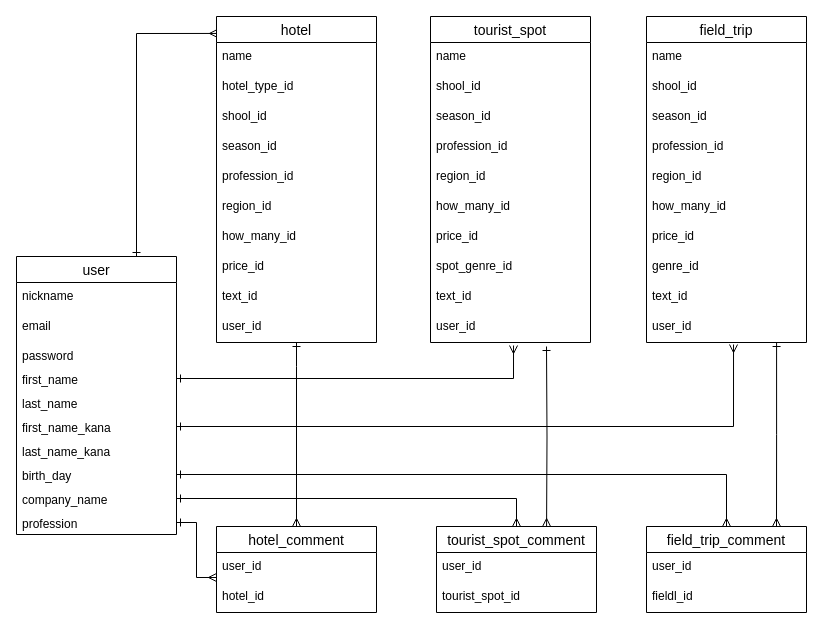
kimino98/gakutabi keeps this draw.io diagram as gakutabi.dio. Above is the earlier version. Source tidied: cells renumbered, new cells numbered last; positions are measured from the earlier drawing's top-left corner, leaving out a move shared by most shapes. Both pictures are drawn from the tidied source at 100%, with x=0, y=0 at pixel (16, 16).
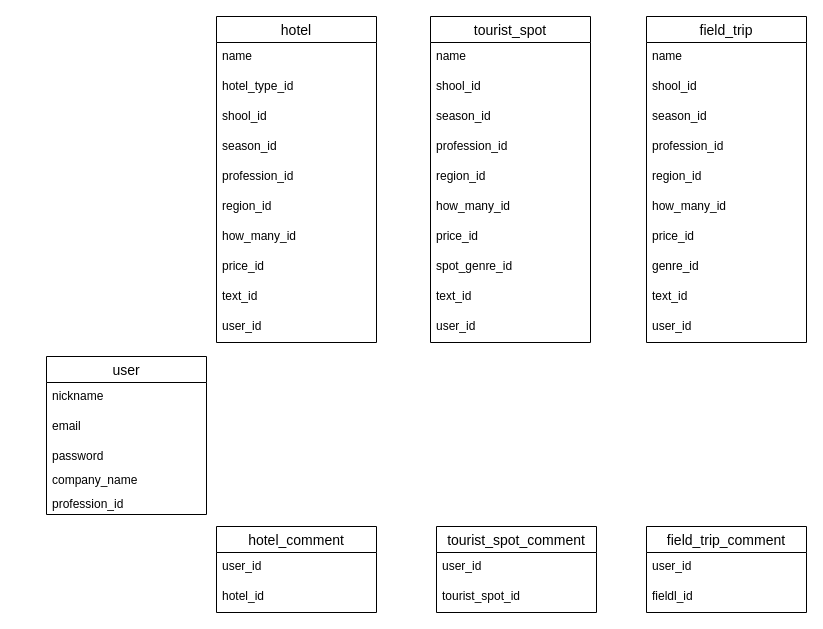
The same page after the edit.

Unchanged cells that the change refers to:
```xml
<mxCell id="14" value="hotel" style="swimlane;fontStyle=0;horizontal=1;startSize=26;align=center;fontSize=14;" parent="1" vertex="1">
  <mxGeometry x="200" width="160" height="326" as="geometry" />
</mxCell>
<mxCell id="24" value="user_id" style="text;strokeColor=none;fillColor=none;spacingLeft=4;spacingRight=4;overflow=hidden;points=[[0,0.5],[1,0.5]];portConstraint=eastwest;fontSize=12;" parent="14" vertex="1">
  <mxGeometry y="296" width="160" height="30" as="geometry" />
</mxCell>
<mxCell id="35" value="user_id" style="text;strokeColor=none;fillColor=none;spacingLeft=4;spacingRight=4;overflow=hidden;points=[[0,0.5],[1,0.5]];portConstraint=eastwest;fontSize=12;" parent="25" vertex="1">
  <mxGeometry y="296" width="160" height="30" as="geometry" />
</mxCell>
<mxCell id="46" value="user_id" style="text;strokeColor=none;fillColor=none;spacingLeft=4;spacingRight=4;overflow=hidden;points=[[0,0.5],[1,0.5]];portConstraint=eastwest;fontSize=12;" parent="36" vertex="1">
  <mxGeometry y="296" width="160" height="30" as="geometry" />
</mxCell>
<mxCell id="47" value="hotel_comment" style="swimlane;fontStyle=0;horizontal=1;startSize=26;align=center;fontSize=14;" parent="1" vertex="1">
  <mxGeometry x="200" y="510" width="160" height="86" as="geometry" />
</mxCell>
<mxCell id="48" value="user_id" style="text;strokeColor=none;fillColor=none;spacingLeft=4;spacingRight=4;overflow=hidden;points=[[0,0.5],[1,0.5]];portConstraint=eastwest;fontSize=12;" parent="47" vertex="1">
  <mxGeometry y="26" width="160" height="30" as="geometry" />
</mxCell>
<mxCell id="50" value="tourist_spot_comment" style="swimlane;fontStyle=0;horizontal=1;startSize=26;align=center;fontSize=14;" parent="1" vertex="1">
  <mxGeometry x="420" y="510" width="160" height="86" as="geometry" />
</mxCell>
<mxCell id="53" value="field_trip_comment" style="swimlane;fontStyle=0;horizontal=1;startSize=26;align=center;fontSize=14;" parent="1" vertex="1">
  <mxGeometry x="630" y="510" width="160" height="86" as="geometry" />
</mxCell>
```

Diff of the diagram source:
```diff
@@
-    <mxCell id="2" style="edgeStyle=orthogonalEdgeStyle;rounded=0;jettySize=auto;html=1;exitX=0.75;exitY=0;exitDx=0;exitDy=0;entryX=0.006;entryY=0.052;entryDx=0;entryDy=0;entryPerimeter=0;endArrow=ERmany;endFill=0;startArrow=ERone;startFill=0;" parent="1" edge="1" source="3" target="14">
-      <mxGeometry relative="1" as="geometry" />
-    </mxCell>
     <mxCell id="3" value="user" style="swimlane;fontStyle=0;horizontal=1;startSize=26;align=center;fontSize=14;verticalAlign=middle;" parent="1" vertex="1">
-      <mxGeometry y="240" width="160" height="278" as="geometry" />
+      <mxGeometry x="30" y="340" width="160" height="158" as="geometry" />
     </mxCell>
@@
-    <mxCell id="7" value="first_name" style="text;strokeColor=none;fillColor=none;spacingLeft=4;spacingRight=4;overflow=hidden;points=[[0,0.5],[1,0.5]];portConstraint=eastwest;fontSize=12;" parent="3" vertex="1">
-      <mxGeometry y="110" width="160" height="24" as="geometry" />
-    </mxCell>
-    <mxCell id="8" value="last_name" style="text;strokeColor=none;fillColor=none;spacingLeft=4;spacingRight=4;overflow=hidden;fontSize=12;" parent="3" vertex="1">
-      <mxGeometry y="134" width="160" height="24" as="geometry" />
-    </mxCell>
-    <mxCell id="9" value="first_name_kana" style="text;strokeColor=none;fillColor=none;spacingLeft=4;spacingRight=4;overflow=hidden;points=[[0,0.5],[1,0.5]];portConstraint=eastwest;fontSize=12;" parent="3" vertex="1">
-      <mxGeometry y="158" width="160" height="24" as="geometry" />
-    </mxCell>
-    <mxCell id="10" value="last_name_kana" style="text;strokeColor=none;fillColor=none;spacingLeft=4;spacingRight=4;overflow=hidden;fontSize=12;" parent="3" vertex="1">
-      <mxGeometry y="182" width="160" height="24" as="geometry" />
-    </mxCell>
-    <mxCell id="11" value="birth_day" style="text;strokeColor=none;fillColor=none;spacingLeft=4;spacingRight=4;overflow=hidden;points=[[0,0.5],[1,0.5]];portConstraint=eastwest;fontSize=12;" parent="3" vertex="1">
-      <mxGeometry y="206" width="160" height="24" as="geometry" />
-    </mxCell>
     <mxCell id="12" value="company_name" style="text;strokeColor=none;fillColor=none;spacingLeft=4;spacingRight=4;overflow=hidden;points=[[0,0.5],[1,0.5]];portConstraint=eastwest;fontSize=12;" parent="3" vertex="1">
-      <mxGeometry y="230" width="160" height="24" as="geometry" />
+      <mxGeometry y="110" width="160" height="24" as="geometry" />
     </mxCell>
-    <mxCell id="13" value="profession" style="text;strokeColor=none;fillColor=none;spacingLeft=4;spacingRight=4;overflow=hidden;points=[[0,0.5],[1,0.5]];portConstraint=eastwest;fontSize=12;" parent="3" vertex="1">
-      <mxGeometry y="254" width="160" height="24" as="geometry" />
+    <mxCell id="13" value="profession_id" style="text;strokeColor=none;fillColor=none;spacingLeft=4;spacingRight=4;overflow=hidden;points=[[0,0.5],[1,0.5]];portConstraint=eastwest;fontSize=12;" parent="3" vertex="1">
+      <mxGeometry y="134" width="160" height="24" as="geometry" />
     </mxCell>
@@
-    <mxCell id="56" style="edgeStyle=orthogonalEdgeStyle;rounded=0;jettySize=auto;html=1;exitX=1;exitY=0.5;exitDx=0;exitDy=0;entryX=0.519;entryY=1.1;entryDx=0;entryDy=0;entryPerimeter=0;startArrow=ERone;startFill=0;endArrow=ERmany;endFill=0;" parent="1" edge="1" source="7" target="35">
-      <mxGeometry relative="1" as="geometry">
-        <Array as="points">
-          <mxPoint x="497" y="362" />
-        </Array>
-      </mxGeometry>
-    </mxCell>
-    <mxCell id="57" style="edgeStyle=orthogonalEdgeStyle;rounded=0;jettySize=auto;html=1;exitX=1;exitY=0.5;exitDx=0;exitDy=0;entryX=0.544;entryY=1.067;entryDx=0;entryDy=0;entryPerimeter=0;startArrow=ERone;startFill=0;endArrow=ERmany;endFill=0;" parent="1" edge="1" source="9" target="46">
-      <mxGeometry relative="1" as="geometry">
-        <Array as="points">
-          <mxPoint x="717" y="410" />
-        </Array>
-      </mxGeometry>
-    </mxCell>
-    <mxCell id="58" style="edgeStyle=orthogonalEdgeStyle;rounded=0;jettySize=auto;html=1;exitX=1;exitY=0.5;exitDx=0;exitDy=0;entryX=0;entryY=0.833;entryDx=0;entryDy=0;entryPerimeter=0;startArrow=ERone;startFill=0;endArrow=ERmany;endFill=0;" parent="1" edge="1" source="13" target="48">
-      <mxGeometry relative="1" as="geometry" />
-    </mxCell>
-    <mxCell id="59" style="edgeStyle=orthogonalEdgeStyle;rounded=0;jettySize=auto;html=1;entryX=0.5;entryY=0;entryDx=0;entryDy=0;startArrow=ERone;startFill=0;endArrow=ERmany;endFill=0;" parent="1" edge="1" source="24" target="47">
-      <mxGeometry relative="1" as="geometry">
-        <Array as="points">
-          <mxPoint x="280" y="350" />
-          <mxPoint x="280" y="350" />
-        </Array>
-      </mxGeometry>
-    </mxCell>
-    <mxCell id="60" style="edgeStyle=orthogonalEdgeStyle;rounded=0;jettySize=auto;html=1;startArrow=ERone;startFill=0;endArrow=ERmany;endFill=0;entryX=0.688;entryY=0;entryDx=0;entryDy=0;entryPerimeter=0;" parent="1" edge="1" target="50">
-      <mxGeometry relative="1" as="geometry">
-        <mxPoint x="530" y="330" as="sourcePoint" />
-      </mxGeometry>
-    </mxCell>
-    <mxCell id="61" style="edgeStyle=orthogonalEdgeStyle;rounded=0;jettySize=auto;html=1;exitX=1;exitY=0.5;exitDx=0;exitDy=0;startArrow=ERone;startFill=0;endArrow=ERmany;endFill=0;" parent="1" edge="1" source="12" target="50">
-      <mxGeometry relative="1" as="geometry" />
-    </mxCell>
-    <mxCell id="62" style="edgeStyle=orthogonalEdgeStyle;rounded=0;jettySize=auto;html=1;exitX=1;exitY=0.5;exitDx=0;exitDy=0;entryX=0.5;entryY=0;entryDx=0;entryDy=0;startArrow=ERone;startFill=0;endArrow=ERmany;endFill=0;" parent="1" edge="1" source="11" target="53">
-      <mxGeometry relative="1" as="geometry" />
-    </mxCell>
-    <mxCell id="63" style="edgeStyle=orthogonalEdgeStyle;rounded=0;jettySize=auto;html=1;startArrow=ERone;startFill=0;endArrow=ERmany;endFill=0;exitX=0.813;exitY=1;exitDx=0;exitDy=0;exitPerimeter=0;" parent="1" edge="1" source="46">
-      <mxGeometry relative="1" as="geometry">
-        <mxPoint x="760" y="510" as="targetPoint" />
-      </mxGeometry>
-    </mxCell>
```
